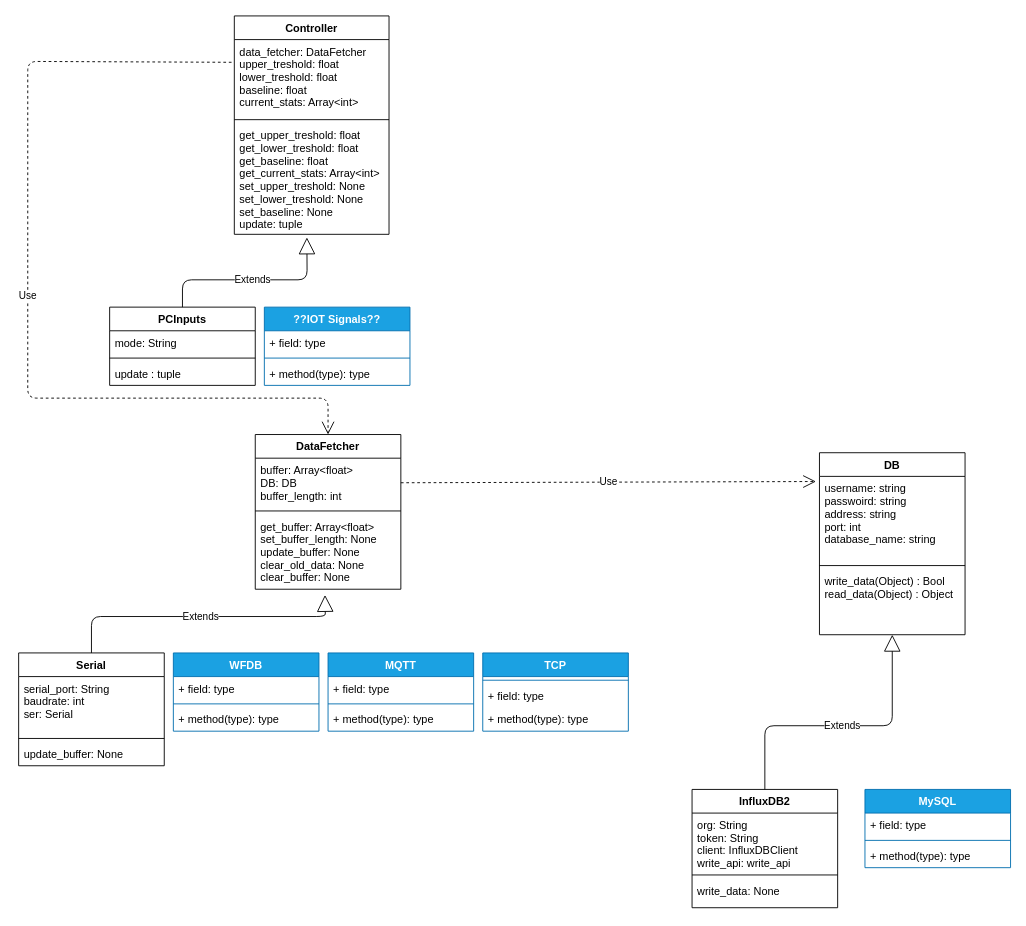
Earlier version of the draw.io diagram UML.drawio (Das-Horn/BIOSLAM-Project). Source tidied: cells renumbered, new cells numbered last; positions are measured from the earlier drawing's top-left corner, leaving out a move shared by most shapes. Both pictures are drawn from the tidied source at 91%, with x=0, y=0 at pixel (18, 15).
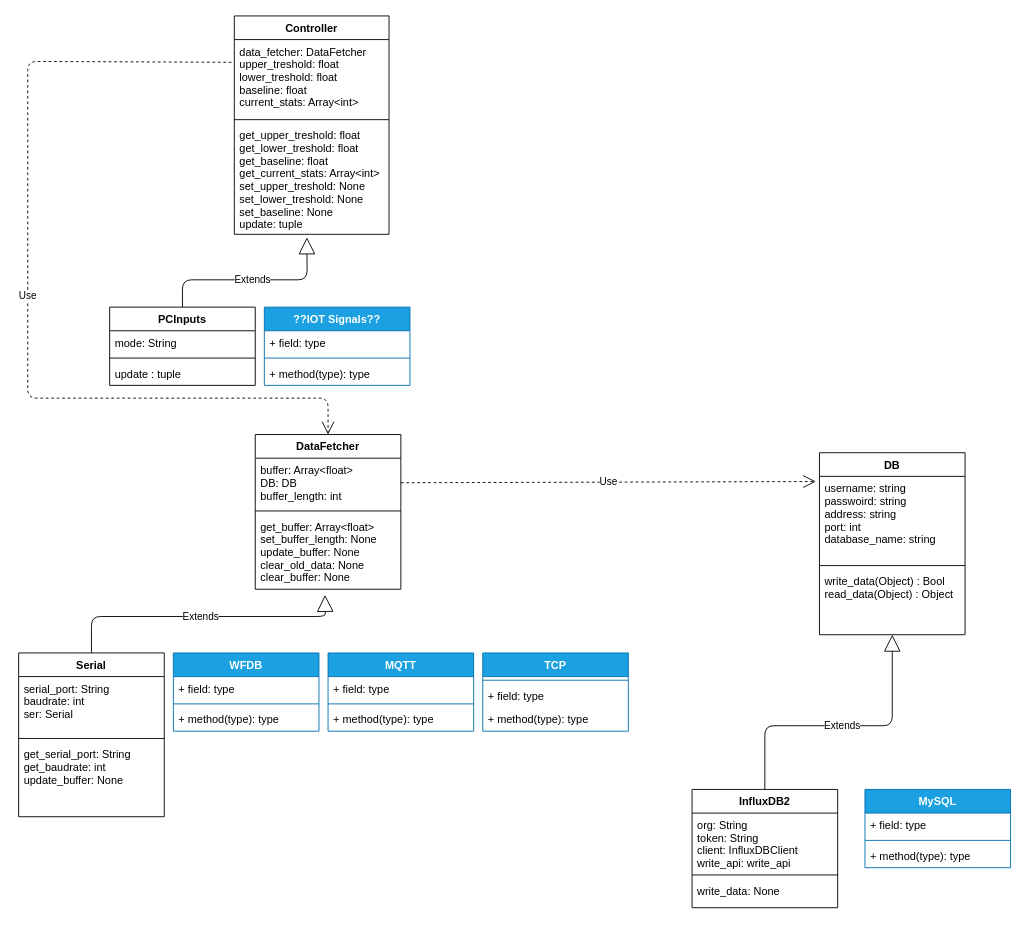
The same page after the edit.

The edit, as a diff of the source:
```diff
@@
     <mxCell id="23" value="Serial" style="swimlane;fontStyle=1;align=center;verticalAlign=top;horizontal=1;startSize=26;" parent="1" vertex="1">
-      <mxGeometry y="700" width="160" height="124" as="geometry" />
+      <mxGeometry y="700" width="160" height="180" as="geometry" />
     </mxCell>
@@
-    <mxCell id="26" value="update_buffer: None" style="text;strokeColor=none;fillColor=none;align=left;verticalAlign=top;spacingLeft=4;spacingRight=4;overflow=hidden;" parent="23" vertex="1">
-      <mxGeometry y="98" width="160" height="26" as="geometry" />
+    <mxCell id="26" value="get_serial_port: String&#10;get_baudrate: int&#10;update_buffer: None" style="text;strokeColor=none;fillColor=none;align=left;verticalAlign=top;spacingLeft=4;spacingRight=4;overflow=hidden;" parent="23" vertex="1">
+      <mxGeometry y="98" width="160" height="82" as="geometry" />
     </mxCell>
```
